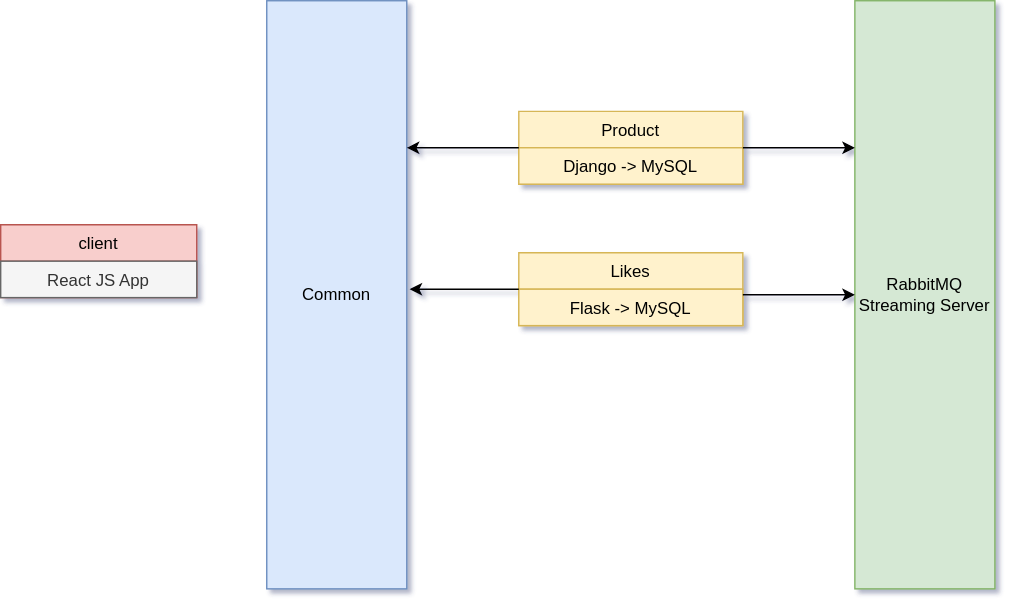
Above: Diagram.drawio.svg in poboisvert/ReactRabbitMQ (draw.io), before the change. Source tidied: cells renumbered, new cells last; positions are measured from the earlier drawing's top-left corner, leaving out a move shared by most shapes.
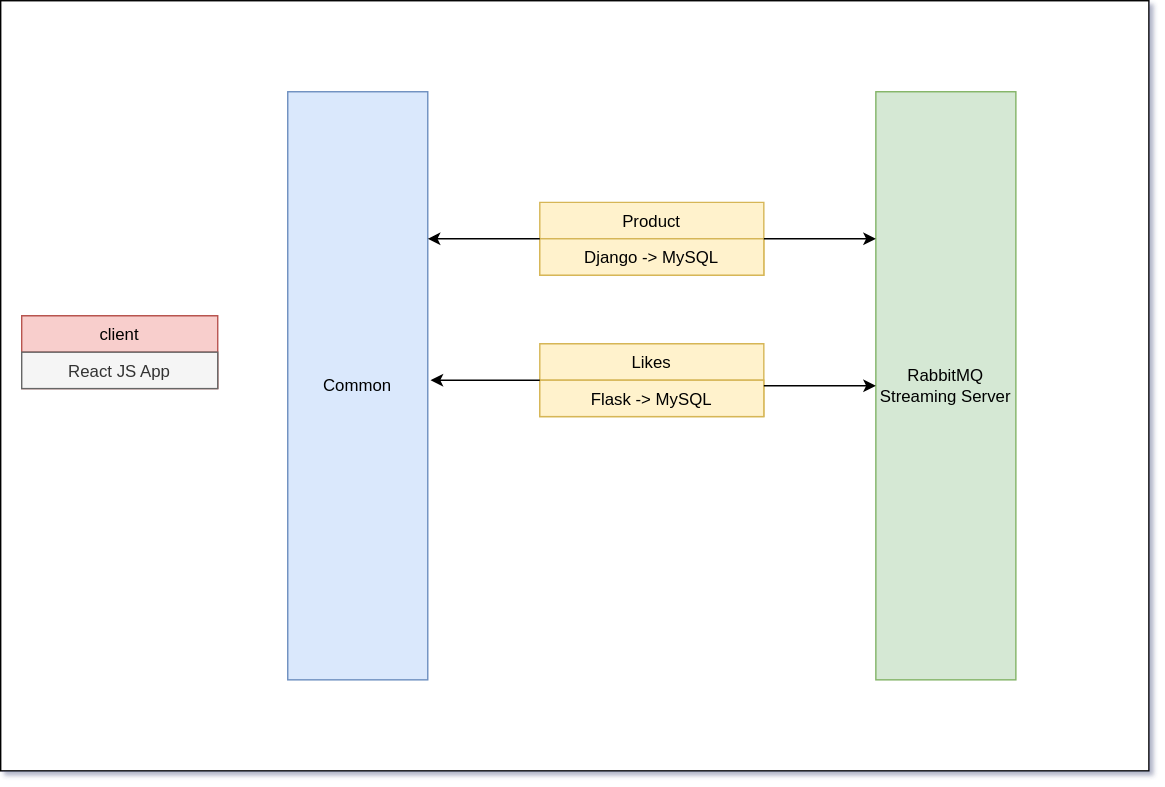
After the change.

What changed in the source:
```diff
@@ -2,6 +2,9 @@
   <root>
     <mxCell id="0" />
     <mxCell id="1" parent="0" />
+    <mxCell id="14" style="rounded=0;whiteSpace=wrap;html=1;" parent="1" vertex="1">
+      <mxGeometry x="-15" y="-65" width="820" height="550" as="geometry" />
+    </mxCell>
     <mxCell id="2" value="client" style="swimlane;fontStyle=0;horizontal=1;startSize=26;fillColor=#f8cecc;strokeColor=#b85450;" parent="1" vertex="1">
       <mxGeometry y="160" width="140" height="52" as="geometry" />
     </mxCell>
```
